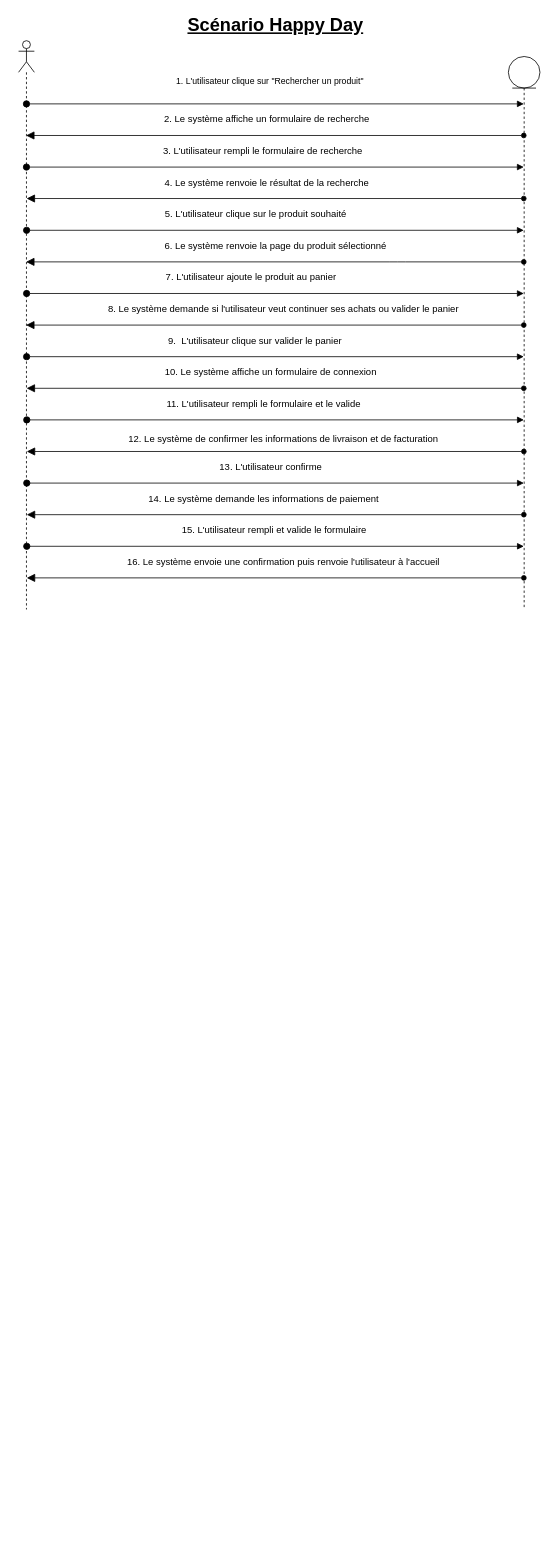
The draw.io diagram Skydrone.drawio in AlexandrePitiot/Mon-depot-distant, before the edit. Source tidied: cells renumbered, new cells numbered last; positions are measured from the earlier drawing's top-left corner, leaving out a move shared by most shapes. Both pictures are drawn from the tidied source at 79%, with x=0, y=0 at pixel (18, 17).
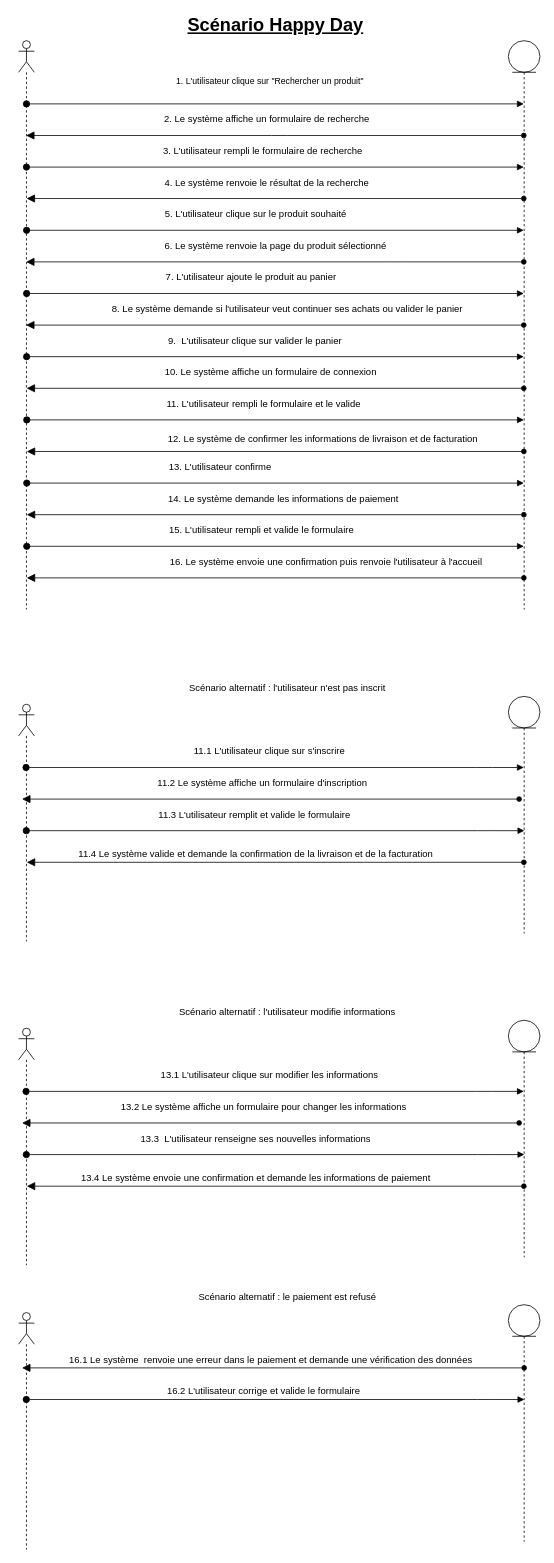
After the change.

Unchanged cells that the change refers to:
```xml
<mxCell id="4" style="shape=umlLifeline;participant=umlActor;perimeter=lifelinePerimeter;whiteSpace=wrap;html=1;verticalAlign=top;spacingTop=36;outlineConnect=0;" parent="1" vertex="1">
  <mxGeometry y="30" width="20" height="720" as="geometry" />
</mxCell>
```

The edit, as a diff of the source:
```diff
@@
-    <mxCell id="2" style="shape=umlLifeline;participant=umlEntity;perimeter=lifelinePerimeter;whiteSpace=wrap;html=1;verticalAlign=top;spacingTop=36;outlineConnect=0;" parent="1" vertex="1">
-      <mxGeometry x="620" y="50" width="40" height="700" as="geometry" />
+    <mxCell id="2" style="shape=umlLifeline;participant=umlEntity;perimeter=lifelinePerimeter;whiteSpace=wrap;html=1;verticalAlign=top;spacingTop=36;outlineConnect=0;size=40;" parent="1" vertex="1">
+      <mxGeometry x="620" y="30" width="40" height="720" as="geometry" />
     </mxCell>
-    <mxCell id="3" style="html=1;verticalAlign=bottom;startArrow=block;startFill=1;endArrow=oval;startSize=8;endFill=1;" parent="2" edge="1" source="4">
-      <mxGeometry y="10" relative="1" as="geometry">
-        <mxPoint x="19.5" y="100" as="targetPoint" />
-      </mxGeometry>
-    </mxCell>
@@
     <mxCell id="21" value="8. Le système demande si l'utilisateur veut continuer ses achats ou valider le panier" style="text;html=1;align=center;verticalAlign=middle;" parent="1" vertex="1">
-      <mxGeometry x="105" y="360" width="460" height="20" as="geometry" />
+      <mxGeometry x="110" y="360" width="460" height="20" as="geometry" />
     </mxCell>
@@
     <mxCell id="29" value="12. Le système de confirmer les informations de livraison et de facturation" style="text;html=1;align=center;verticalAlign=middle;" parent="1" vertex="1">
-      <mxGeometry x="130" y="524.5" width="410" height="20" as="geometry" />
+      <mxGeometry x="180" y="524.5" width="410" height="20" as="geometry" />
     </mxCell>
     <mxCell id="30" value="13. L'utilisateur confirme" style="text;html=1;align=center;verticalAlign=middle;" parent="1" vertex="1">
-      <mxGeometry x="244" y="560" width="150" height="20" as="geometry" />
+      <mxGeometry x="180" y="560" width="150" height="20" as="geometry" />
     </mxCell>
     <mxCell id="31" value="14. Le système demande les informations de paiement" style="text;html=1;align=center;verticalAlign=middle;" parent="1" vertex="1">
-      <mxGeometry x="155" y="600" width="310" height="20" as="geometry" />
+      <mxGeometry x="180" y="600" width="310" height="20" as="geometry" />
     </mxCell>
@@
     <mxCell id="33" value="15. L'utilisateur rempli et valide le formulaire&amp;nbsp;" style="text;html=1;align=center;verticalAlign=middle;" parent="1" vertex="1">
-      <mxGeometry x="200" y="640" width="250" height="20" as="geometry" />
+      <mxGeometry x="184" y="640" width="250" height="20" as="geometry" />
     </mxCell>
@@
     <mxCell id="35" value="16. Le système envoie une confirmation puis renvoie l'utilisateur à l'accueil" style="text;html=1;align=center;verticalAlign=middle;" parent="1" vertex="1">
-      <mxGeometry x="130" y="680" width="410" height="20" as="geometry" />
+      <mxGeometry x="184" y="680" width="410" height="20" as="geometry" />
     </mxCell>
+    <mxCell id="3" style="html=1;verticalAlign=bottom;startArrow=block;startFill=1;endArrow=oval;startSize=8;endFill=1;" parent="1" edge="1" source="4" target="2">
+      <mxGeometry y="10" relative="1" as="geometry">
+        <Array as="points">
+          <mxPoint x="330" y="150" />
+        </Array>
+      </mxGeometry>
+    </mxCell>
+    <mxCell id="36" style="shape=umlLifeline;participant=umlActor;perimeter=lifelinePerimeter;whiteSpace=wrap;html=1;verticalAlign=top;spacingTop=36;outlineConnect=0;" parent="1" vertex="1">
+      <mxGeometry y="870" width="20" height="300" as="geometry" />
+    </mxCell>
+    <mxCell id="37" style="shape=umlLifeline;participant=umlEntity;perimeter=lifelinePerimeter;whiteSpace=wrap;html=1;verticalAlign=top;spacingTop=36;outlineConnect=0;" parent="1" vertex="1">
+      <mxGeometry x="620" y="860" width="40" height="300" as="geometry" />
+    </mxCell>
+    <mxCell id="38" value="Scénario alternatif : l'utilisateur n'est pas inscrit" style="text;html=1;align=center;verticalAlign=middle;" parent="1" vertex="1">
+      <mxGeometry x="210" y="840" width="260" height="20" as="geometry" />
+    </mxCell>
+    <mxCell id="39" style="html=1;verticalAlign=bottom;startArrow=oval;startFill=1;endArrow=block;startSize=8;" parent="1" edge="1" source="36" target="37">
+      <mxGeometry x="-1" y="71" relative="1" as="geometry">
+        <Array as="points">
+          <mxPoint x="590" y="950" />
+        </Array>
+        <mxPoint x="-50" y="21" as="offset" />
+      </mxGeometry>
+    </mxCell>
+    <mxCell id="40" value="11.1 L'utilisateur clique sur s'inscrire&amp;nbsp;" style="text;html=1;align=center;verticalAlign=middle;" parent="1" vertex="1">
+      <mxGeometry x="214" y="920" width="210" height="20" as="geometry" />
+    </mxCell>
+    <mxCell id="41" style="html=1;verticalAlign=bottom;startArrow=block;startFill=1;endArrow=oval;startSize=8;endFill=1;" parent="1" edge="1">
+      <mxGeometry y="10" relative="1" as="geometry">
+        <mxPoint x="4.4" y="990" as="sourcePoint" />
+        <mxPoint x="633.6" y="990" as="targetPoint" />
+      </mxGeometry>
+    </mxCell>
+    <mxCell id="42" value="11.2 Le système affiche un formulaire d'inscription&amp;nbsp;" style="text;html=1;align=center;verticalAlign=middle;" parent="1" vertex="1">
+      <mxGeometry x="170" y="960" width="280" height="20" as="geometry" />
+    </mxCell>
+    <mxCell id="43" style="html=1;verticalAlign=bottom;startArrow=oval;startFill=1;endArrow=block;startSize=8;" parent="1" edge="1">
+      <mxGeometry x="-1" y="71" relative="1" as="geometry">
+        <mxPoint x="9.8" y="1030" as="sourcePoint" />
+        <mxPoint x="640.2" y="1030" as="targetPoint" />
+        <Array as="points">
+          <mxPoint x="590.7" y="1030" />
+        </Array>
+        <mxPoint x="-50" y="21" as="offset" />
+      </mxGeometry>
+    </mxCell>
+    <mxCell id="44" style="html=1;verticalAlign=bottom;startArrow=block;startFill=1;endArrow=oval;startSize=8;endFill=1;" parent="1" edge="1">
+      <mxGeometry y="10" relative="1" as="geometry">
+        <mxPoint x="10.4" y="1070" as="sourcePoint" />
+        <mxPoint x="639.6" y="1070" as="targetPoint" />
+      </mxGeometry>
+    </mxCell>
+    <mxCell id="45" value="11.3 L'utilisateur remplit et valide le formulaire&amp;nbsp;" style="text;html=1;align=center;verticalAlign=middle;" parent="1" vertex="1">
+      <mxGeometry x="170" y="1000" width="260" height="20" as="geometry" />
+    </mxCell>
+    <mxCell id="46" value="11.4 Le système valide et demande la confirmation de la livraison et de la facturation" style="text;html=1;align=center;verticalAlign=middle;" parent="1" vertex="1">
+      <mxGeometry x="70" y="1050" width="460" height="20" as="geometry" />
+    </mxCell>
+    <mxCell id="47" style="shape=umlLifeline;participant=umlActor;perimeter=lifelinePerimeter;whiteSpace=wrap;html=1;verticalAlign=top;spacingTop=36;outlineConnect=0;" parent="1" vertex="1">
+      <mxGeometry y="1280" width="20" height="300" as="geometry" />
+    </mxCell>
+    <mxCell id="48" style="shape=umlLifeline;participant=umlEntity;perimeter=lifelinePerimeter;whiteSpace=wrap;html=1;verticalAlign=top;spacingTop=36;outlineConnect=0;" parent="1" vertex="1">
+      <mxGeometry x="620" y="1270" width="40" height="300" as="geometry" />
+    </mxCell>
+    <mxCell id="49" value="Scénario alternatif : l'utilisateur modifie informations" style="text;html=1;align=center;verticalAlign=middle;" parent="1" vertex="1">
+      <mxGeometry x="195" y="1250" width="290" height="20" as="geometry" />
+    </mxCell>
+    <mxCell id="50" style="html=1;verticalAlign=bottom;startArrow=oval;startFill=1;endArrow=block;startSize=8;" parent="1" edge="1" source="47" target="48">
+      <mxGeometry x="-1" y="71" relative="1" as="geometry">
+        <Array as="points">
+          <mxPoint x="590" y="1360" />
+        </Array>
+        <mxPoint x="-50" y="21" as="offset" />
+      </mxGeometry>
+    </mxCell>
+    <mxCell id="51" value="13.1 L'utilisateur clique sur modifier les informations&amp;nbsp;" style="text;html=1;align=center;verticalAlign=middle;" parent="1" vertex="1">
+      <mxGeometry x="174" y="1330" width="290" height="20" as="geometry" />
+    </mxCell>
+    <mxCell id="52" style="html=1;verticalAlign=bottom;startArrow=block;startFill=1;endArrow=oval;startSize=8;endFill=1;" parent="1" edge="1">
+      <mxGeometry y="10" relative="1" as="geometry">
+        <mxPoint x="4.4" y="1400" as="sourcePoint" />
+        <mxPoint x="633.6" y="1400" as="targetPoint" />
+      </mxGeometry>
+    </mxCell>
+    <mxCell id="53" value="13.2 Le système affiche un formulaire pour changer les informations" style="text;html=1;align=center;verticalAlign=middle;" parent="1" vertex="1">
+      <mxGeometry x="120" y="1370" width="380" height="20" as="geometry" />
+    </mxCell>
+    <mxCell id="54" style="html=1;verticalAlign=bottom;startArrow=oval;startFill=1;endArrow=block;startSize=8;" parent="1" edge="1">
+      <mxGeometry x="-1" y="71" relative="1" as="geometry">
+        <mxPoint x="9.8" y="1440" as="sourcePoint" />
+        <mxPoint x="640.2" y="1440" as="targetPoint" />
+        <Array as="points">
+          <mxPoint x="590.7" y="1440" />
+        </Array>
+        <mxPoint x="-50" y="21" as="offset" />
+      </mxGeometry>
+    </mxCell>
+    <mxCell id="55" style="html=1;verticalAlign=bottom;startArrow=block;startFill=1;endArrow=oval;startSize=8;endFill=1;" parent="1" edge="1">
+      <mxGeometry y="10" relative="1" as="geometry">
+        <mxPoint x="10.4" y="1480" as="sourcePoint" />
+        <mxPoint x="639.6" y="1480" as="targetPoint" />
+      </mxGeometry>
+    </mxCell>
+    <mxCell id="56" value="13.3&amp;nbsp; L'utilisateur renseigne ses nouvelles informations" style="text;html=1;align=center;verticalAlign=middle;" parent="1" vertex="1">
+      <mxGeometry x="145" y="1410" width="310" height="20" as="geometry" />
+    </mxCell>
+    <mxCell id="57" value="13.4 Le système envoie une confirmation et demande les informations de paiement" style="text;html=1;align=center;verticalAlign=middle;" parent="1" vertex="1">
+      <mxGeometry x="70" y="1460" width="460" height="20" as="geometry" />
+    </mxCell>
+    <mxCell id="58" style="shape=umlLifeline;participant=umlActor;perimeter=lifelinePerimeter;whiteSpace=wrap;html=1;verticalAlign=top;spacingTop=36;" parent="1" vertex="1">
+      <mxGeometry y="1640" width="20" height="300" as="geometry" />
+    </mxCell>
+    <mxCell id="59" style="shape=umlLifeline;participant=umlEntity;perimeter=lifelinePerimeter;whiteSpace=wrap;html=1;verticalAlign=top;spacingTop=36;" parent="1" vertex="1">
+      <mxGeometry x="620" y="1630" width="40" height="300" as="geometry" />
+    </mxCell>
+    <mxCell id="60" value="Scénario alternatif : le paiement est refusé" style="text;html=1;align=center;verticalAlign=middle;" parent="1" vertex="1">
+      <mxGeometry x="220" y="1610" width="240" height="20" as="geometry" />
+    </mxCell>
+    <mxCell id="61" value="16.1 Le système&amp;nbsp; renvoie une erreur dans le paiement et demande une vérification des données" style="text;html=1;align=center;verticalAlign=middle;" parent="1" vertex="1">
+      <mxGeometry x="54" y="1690" width="530" height="20" as="geometry" />
+    </mxCell>
+    <mxCell id="62" style="html=1;verticalAlign=bottom;startArrow=block;startFill=1;endArrow=oval;startSize=8;endFill=1;" parent="1" edge="1">
+      <mxGeometry y="10" relative="1" as="geometry">
+        <mxPoint x="4.4" y="1710" as="sourcePoint" />
+        <mxPoint x="640" y="1710" as="targetPoint" />
+      </mxGeometry>
+    </mxCell>
+    <mxCell id="63" value="16.2 L'utilisateur corrige et valide le formulaire" style="text;html=1;align=center;verticalAlign=middle;" parent="1" vertex="1">
+      <mxGeometry x="180" y="1730" width="260" height="20" as="geometry" />
+    </mxCell>
+    <mxCell id="64" style="html=1;verticalAlign=bottom;startArrow=oval;startFill=1;endArrow=block;startSize=8;" parent="1" edge="1">
+      <mxGeometry x="-1" y="71" relative="1" as="geometry">
+        <mxPoint x="9.8" y="1750" as="sourcePoint" />
+        <mxPoint x="640.2" y="1750" as="targetPoint" />
+        <Array as="points">
+          <mxPoint x="590.7" y="1750" />
+        </Array>
+        <mxPoint x="-50" y="21" as="offset" />
+      </mxGeometry>
+    </mxCell>
```
